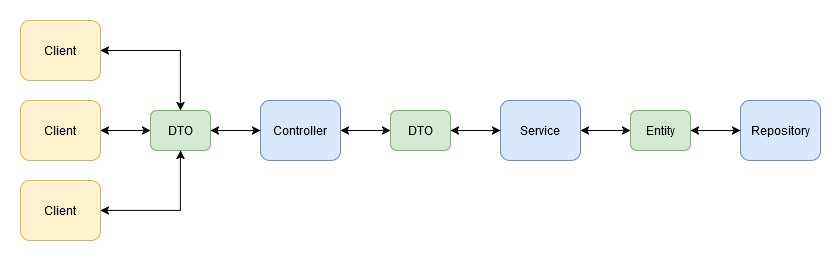
This is assets/diagram.png from ArtoriasCode/jwtgo, a draw.io export, as it was before one commit. Source tidied: cells renumbered, new cells last; positions are measured from the earlier drawing's top-left corner, leaving out a move shared by most shapes. Source of this version:
```xml
<mxGraphModel>
  <root>
    <mxCell id="0" />
    <mxCell id="1" parent="0" />
    <mxCell id="2" value="Client" style="rounded=1;whiteSpace=wrap;html=1;fillColor=#fff2cc;strokeColor=#d6b656;" parent="1" vertex="1">
      <mxGeometry x="20" y="100" width="80" height="60" as="geometry" />
    </mxCell>
    <mxCell id="3" value="Client" style="rounded=1;whiteSpace=wrap;html=1;fillColor=#fff2cc;strokeColor=#d6b656;" parent="1" vertex="1">
      <mxGeometry x="20" y="20" width="80" height="60" as="geometry" />
    </mxCell>
    <mxCell id="4" value="Client" style="rounded=1;whiteSpace=wrap;html=1;fillColor=#fff2cc;strokeColor=#d6b656;" parent="1" vertex="1">
      <mxGeometry x="20" y="180" width="80" height="60" as="geometry" />
    </mxCell>
    <mxCell id="5" style="endArrow=classic;startArrow=classic;html=1;rounded=0;exitX=1;exitY=0.5;exitDx=0;exitDy=0;entryX=0;entryY=0.5;entryDx=0;entryDy=0;" parent="1" edge="1" source="2" target="14">
      <mxGeometry relative="1" as="geometry" />
    </mxCell>
    <mxCell id="6" style="endArrow=classic;startArrow=classic;html=1;rounded=0;exitX=1;exitY=0.5;exitDx=0;exitDy=0;entryX=0.5;entryY=0;entryDx=0;entryDy=0;" parent="1" edge="1" source="3" target="14">
      <mxGeometry relative="1" as="geometry">
        <Array as="points">
          <mxPoint x="180" y="50" />
        </Array>
      </mxGeometry>
    </mxCell>
    <mxCell id="7" style="endArrow=classic;startArrow=classic;html=1;rounded=0;exitX=1;exitY=0.5;exitDx=0;exitDy=0;entryX=0.5;entryY=1;entryDx=0;entryDy=0;" parent="1" edge="1" source="4" target="14">
      <mxGeometry relative="1" as="geometry">
        <Array as="points">
          <mxPoint x="180" y="210" />
        </Array>
      </mxGeometry>
    </mxCell>
    <mxCell id="8" value="Service" style="rounded=1;whiteSpace=wrap;html=1;fillColor=#dae8fc;strokeColor=#6c8ebf;" parent="1" vertex="1">
      <mxGeometry x="500" y="100" width="80" height="60" as="geometry" />
    </mxCell>
    <mxCell id="9" style="endArrow=classic;startArrow=classic;html=1;rounded=0;exitX=1;exitY=0.5;exitDx=0;exitDy=0;entryX=0;entryY=0.5;entryDx=0;entryDy=0;" parent="1" edge="1" source="17" target="8">
      <mxGeometry relative="1" as="geometry" />
    </mxCell>
    <mxCell id="10" style="endArrow=classic;startArrow=classic;html=1;rounded=0;exitX=1;exitY=0.5;exitDx=0;exitDy=0;entryX=0;entryY=0.5;entryDx=0;entryDy=0;" parent="1" edge="1" source="8" target="19">
      <mxGeometry relative="1" as="geometry" />
    </mxCell>
    <mxCell id="11" value="Repository" style="rounded=1;whiteSpace=wrap;html=1;fillColor=#dae8fc;strokeColor=#6c8ebf;" parent="1" vertex="1">
      <mxGeometry x="740" y="100" width="80" height="60" as="geometry" />
    </mxCell>
    <mxCell id="12" style="endArrow=classic;startArrow=classic;html=1;rounded=0;exitX=1;exitY=0.5;exitDx=0;exitDy=0;entryX=0;entryY=0.5;entryDx=0;entryDy=0;" parent="1" edge="1" source="19" target="11">
      <mxGeometry relative="1" as="geometry" />
    </mxCell>
    <mxCell id="13" style="swimlane;startSize=0;fillStyle=auto;strokeColor=none;" parent="1" vertex="1">
      <mxGeometry width="840" height="260" as="geometry" />
    </mxCell>
    <mxCell id="14" value="DTO" style="rounded=1;whiteSpace=wrap;html=1;fillColor=#d5e8d4;strokeColor=#82b366;" parent="13" vertex="1">
      <mxGeometry x="150" y="110" width="60" height="40" as="geometry" />
    </mxCell>
    <mxCell id="15" value="Controller" style="rounded=1;whiteSpace=wrap;html=1;fillColor=#dae8fc;strokeColor=#6c8ebf;" parent="13" vertex="1">
      <mxGeometry x="260" y="100" width="80" height="60" as="geometry" />
    </mxCell>
    <mxCell id="16" style="endArrow=classic;startArrow=classic;html=1;rounded=0;exitX=1;exitY=0.5;exitDx=0;exitDy=0;entryX=0;entryY=0.5;entryDx=0;entryDy=0;" parent="13" edge="1" source="14" target="15">
      <mxGeometry relative="1" as="geometry" />
    </mxCell>
    <mxCell id="17" value="DTO" style="rounded=1;whiteSpace=wrap;html=1;fillColor=#d5e8d4;strokeColor=#82b366;" parent="13" vertex="1">
      <mxGeometry x="390" y="110" width="60" height="40" as="geometry" />
    </mxCell>
    <mxCell id="18" style="endArrow=classic;startArrow=classic;html=1;rounded=0;exitX=1;exitY=0.5;exitDx=0;exitDy=0;entryX=0;entryY=0.5;entryDx=0;entryDy=0;" parent="13" edge="1" source="15" target="17">
      <mxGeometry relative="1" as="geometry" />
    </mxCell>
    <mxCell id="19" value="Entity" style="rounded=1;whiteSpace=wrap;html=1;fillColor=#d5e8d4;strokeColor=#82b366;" parent="13" vertex="1">
      <mxGeometry x="630" y="110" width="60" height="40" as="geometry" />
    </mxCell>
  </root>
</mxGraphModel>
```
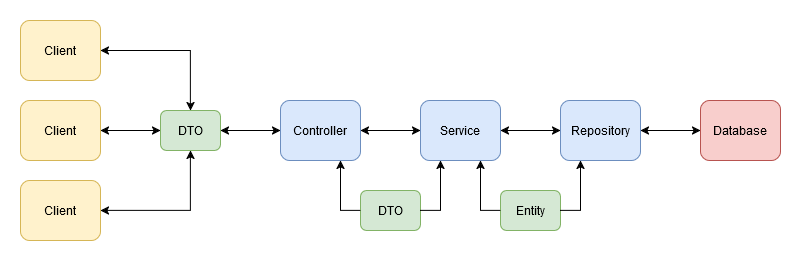
After the commit.

The edit, as a diff of the source:
```diff
@@ -17,52 +17,80 @@
     <mxCell id="6" style="endArrow=classic;startArrow=classic;html=1;rounded=0;exitX=1;exitY=0.5;exitDx=0;exitDy=0;entryX=0.5;entryY=0;entryDx=0;entryDy=0;" parent="1" edge="1" source="3" target="14">
       <mxGeometry relative="1" as="geometry">
         <Array as="points">
-          <mxPoint x="180" y="50" />
+          <mxPoint x="190" y="50" />
         </Array>
       </mxGeometry>
     </mxCell>
     <mxCell id="7" style="endArrow=classic;startArrow=classic;html=1;rounded=0;exitX=1;exitY=0.5;exitDx=0;exitDy=0;entryX=0.5;entryY=1;entryDx=0;entryDy=0;" parent="1" edge="1" source="4" target="14">
       <mxGeometry relative="1" as="geometry">
         <Array as="points">
-          <mxPoint x="180" y="210" />
+          <mxPoint x="190" y="210" />
         </Array>
       </mxGeometry>
     </mxCell>
-    <mxCell id="8" value="Service" style="rounded=1;whiteSpace=wrap;html=1;fillColor=#dae8fc;strokeColor=#6c8ebf;" parent="1" vertex="1">
-      <mxGeometry x="500" y="100" width="80" height="60" as="geometry" />
-    </mxCell>
-    <mxCell id="9" style="endArrow=classic;startArrow=classic;html=1;rounded=0;exitX=1;exitY=0.5;exitDx=0;exitDy=0;entryX=0;entryY=0.5;entryDx=0;entryDy=0;" parent="1" edge="1" source="17" target="8">
-      <mxGeometry relative="1" as="geometry" />
-    </mxCell>
-    <mxCell id="10" style="endArrow=classic;startArrow=classic;html=1;rounded=0;exitX=1;exitY=0.5;exitDx=0;exitDy=0;entryX=0;entryY=0.5;entryDx=0;entryDy=0;" parent="1" edge="1" source="8" target="19">
-      <mxGeometry relative="1" as="geometry" />
-    </mxCell>
-    <mxCell id="11" value="Repository" style="rounded=1;whiteSpace=wrap;html=1;fillColor=#dae8fc;strokeColor=#6c8ebf;" parent="1" vertex="1">
-      <mxGeometry x="740" y="100" width="80" height="60" as="geometry" />
-    </mxCell>
-    <mxCell id="12" style="endArrow=classic;startArrow=classic;html=1;rounded=0;exitX=1;exitY=0.5;exitDx=0;exitDy=0;entryX=0;entryY=0.5;entryDx=0;entryDy=0;" parent="1" edge="1" source="19" target="11">
-      <mxGeometry relative="1" as="geometry" />
-    </mxCell>
     <mxCell id="13" style="swimlane;startSize=0;fillStyle=auto;strokeColor=none;" parent="1" vertex="1">
-      <mxGeometry width="840" height="260" as="geometry" />
+      <mxGeometry width="800" height="260" as="geometry" />
     </mxCell>
     <mxCell id="14" value="DTO" style="rounded=1;whiteSpace=wrap;html=1;fillColor=#d5e8d4;strokeColor=#82b366;" parent="13" vertex="1">
-      <mxGeometry x="150" y="110" width="60" height="40" as="geometry" />
+      <mxGeometry x="160" y="110" width="60" height="40" as="geometry" />
     </mxCell>
     <mxCell id="15" value="Controller" style="rounded=1;whiteSpace=wrap;html=1;fillColor=#dae8fc;strokeColor=#6c8ebf;" parent="13" vertex="1">
-      <mxGeometry x="260" y="100" width="80" height="60" as="geometry" />
+      <mxGeometry x="280" y="100" width="80" height="60" as="geometry" />
     </mxCell>
     <mxCell id="16" style="endArrow=classic;startArrow=classic;html=1;rounded=0;exitX=1;exitY=0.5;exitDx=0;exitDy=0;entryX=0;entryY=0.5;entryDx=0;entryDy=0;" parent="13" edge="1" source="14" target="15">
       <mxGeometry relative="1" as="geometry" />
     </mxCell>
+    <mxCell id="8" value="Service" style="rounded=1;whiteSpace=wrap;html=1;fillColor=#dae8fc;strokeColor=#6c8ebf;" parent="13" vertex="1">
+      <mxGeometry x="420" y="100" width="80" height="60" as="geometry" />
+    </mxCell>
+    <mxCell id="11" value="Repository" style="rounded=1;whiteSpace=wrap;html=1;fillColor=#dae8fc;strokeColor=#6c8ebf;" parent="13" vertex="1">
+      <mxGeometry x="560" y="100" width="80" height="60" as="geometry" />
+    </mxCell>
     <mxCell id="17" value="DTO" style="rounded=1;whiteSpace=wrap;html=1;fillColor=#d5e8d4;strokeColor=#82b366;" parent="13" vertex="1">
-      <mxGeometry x="390" y="110" width="60" height="40" as="geometry" />
+      <mxGeometry x="360" y="190" width="60" height="40" as="geometry" />
     </mxCell>
-    <mxCell id="18" style="endArrow=classic;startArrow=classic;html=1;rounded=0;exitX=1;exitY=0.5;exitDx=0;exitDy=0;entryX=0;entryY=0.5;entryDx=0;entryDy=0;" parent="13" edge="1" source="15" target="17">
-      <mxGeometry relative="1" as="geometry" />
-    </mxCell>
     <mxCell id="19" value="Entity" style="rounded=1;whiteSpace=wrap;html=1;fillColor=#d5e8d4;strokeColor=#82b366;" parent="13" vertex="1">
-      <mxGeometry x="630" y="110" width="60" height="40" as="geometry" />
+      <mxGeometry x="500" y="190" width="60" height="40" as="geometry" />
     </mxCell>
+    <mxCell id="20" style="endArrow=classic;html=1;rounded=0;exitX=0;exitY=0.5;exitDx=0;exitDy=0;entryX=0.75;entryY=1;entryDx=0;entryDy=0;" parent="13" edge="1" source="17" target="15">
+      <mxGeometry relative="1" as="geometry">
+        <Array as="points">
+          <mxPoint x="340" y="210" />
+        </Array>
+      </mxGeometry>
+    </mxCell>
+    <mxCell id="9" style="endArrow=classic;html=1;rounded=0;exitX=1;exitY=0.5;exitDx=0;exitDy=0;entryX=0.25;entryY=1;entryDx=0;entryDy=0;" parent="13" edge="1" source="17" target="8">
+      <mxGeometry relative="1" as="geometry">
+        <Array as="points">
+          <mxPoint x="440" y="210" />
+        </Array>
+      </mxGeometry>
+    </mxCell>
+    <mxCell id="21" style="endArrow=classic;startArrow=classic;html=1;rounded=0;exitX=1;exitY=0.5;exitDx=0;exitDy=0;entryX=0;entryY=0.5;entryDx=0;entryDy=0;" parent="13" edge="1" source="15" target="8">
+      <mxGeometry relative="1" as="geometry" />
+    </mxCell>
+    <mxCell id="22" style="endArrow=classic;html=1;rounded=0;entryX=0.75;entryY=1;entryDx=0;entryDy=0;exitX=0;exitY=0.5;exitDx=0;exitDy=0;" parent="13" edge="1" source="19" target="8">
+      <mxGeometry relative="1" as="geometry">
+        <Array as="points">
+          <mxPoint x="480" y="210" />
+        </Array>
+      </mxGeometry>
+    </mxCell>
+    <mxCell id="12" style="endArrow=classic;html=1;rounded=0;exitX=1;exitY=0.5;exitDx=0;exitDy=0;entryX=0.25;entryY=1;entryDx=0;entryDy=0;" parent="13" edge="1" source="19" target="11">
+      <mxGeometry relative="1" as="geometry">
+        <Array as="points">
+          <mxPoint x="580" y="210" />
+        </Array>
+      </mxGeometry>
+    </mxCell>
+    <mxCell id="23" style="endArrow=classic;startArrow=classic;html=1;rounded=0;exitX=1;exitY=0.5;exitDx=0;exitDy=0;entryX=0;entryY=0.5;entryDx=0;entryDy=0;" parent="13" edge="1" source="8" target="11">
+      <mxGeometry relative="1" as="geometry" />
+    </mxCell>
+    <mxCell id="24" value="Database" style="rounded=1;whiteSpace=wrap;html=1;fillColor=#f8cecc;strokeColor=#b85450;" parent="1" vertex="1">
+      <mxGeometry x="700" y="100" width="80" height="60" as="geometry" />
+    </mxCell>
+    <mxCell id="25" style="endArrow=classic;startArrow=classic;html=1;rounded=0;exitX=1;exitY=0.5;exitDx=0;exitDy=0;entryX=0;entryY=0.5;entryDx=0;entryDy=0;" parent="1" edge="1" source="11" target="24">
+      <mxGeometry relative="1" as="geometry" />
+    </mxCell>
   </root>
 </mxGraphModel>
```
